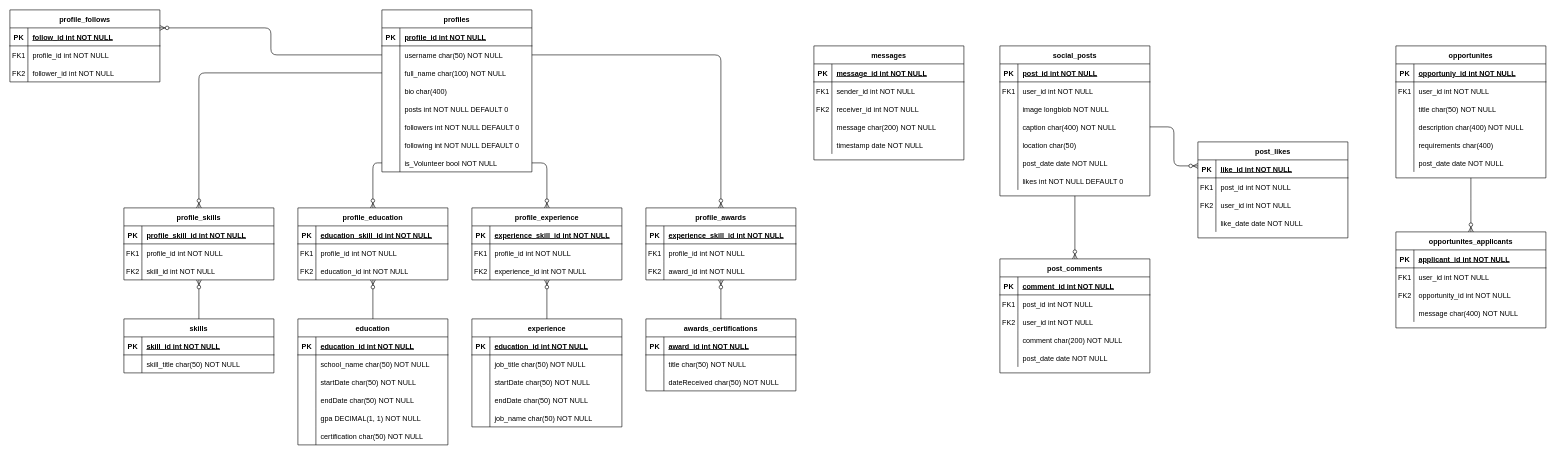
The draw.io diagram database/Karma DB.drawio in KonoNeko/Karma, before the edit. Source tidied: cells renumbered, new cells numbered last; positions are measured from the earlier drawing's top-left corner, leaving out a move shared by most shapes. Both pictures are drawn from the tidied source at 60%, with x=0, y=0 at pixel (10, 10).
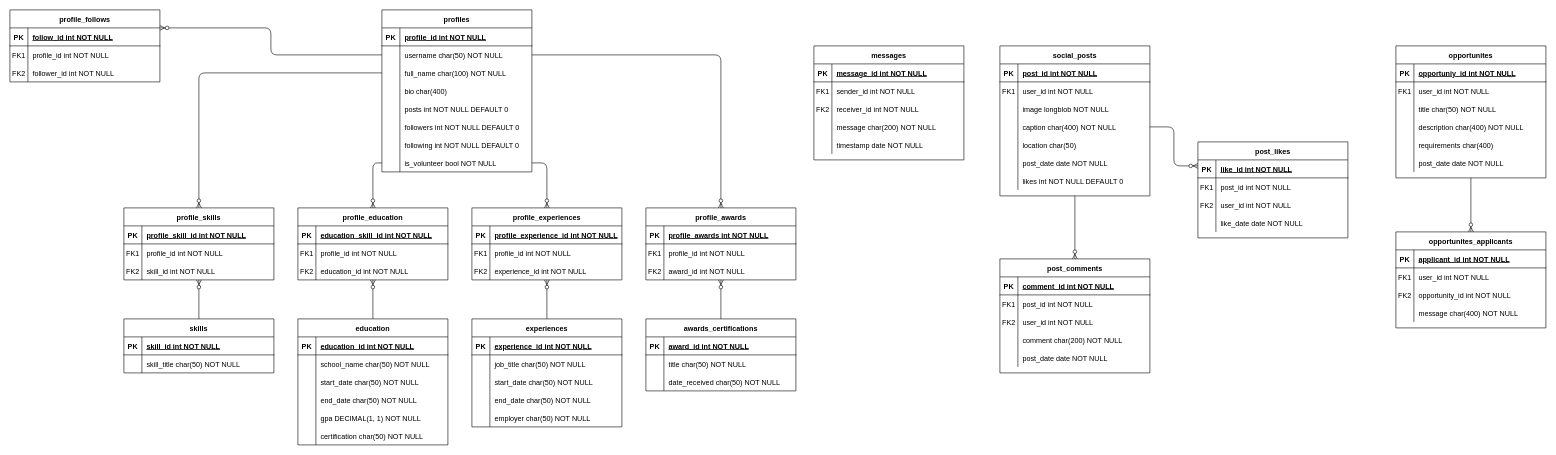
Above is the later version.

Commit message (it also covers changes not shown here):
added experiences and profile_experiences

Unchanged cells that the change refers to:
```xml
<mxCell id="65" style="shape=partialRectangle;fillColor=none;points=[[0,0.5],[1,0.5]];portConstraint=eastwest;top=0;left=0;right=0;bottom=0;" parent="43" vertex="1">
  <mxGeometry y="240" width="250" height="30" as="geometry" />
</mxCell>
<mxCell id="120" style="shape=partialRectangle;fillColor=none;top=0;left=0;right=0;bottom=0;" parent="113" vertex="1">
  <mxGeometry y="90" width="250" height="30" as="geometry" />
</mxCell>
<mxCell id="123" style="shape=partialRectangle;fillColor=none;top=0;left=0;right=0;bottom=0;" parent="113" vertex="1">
  <mxGeometry y="120" width="250" height="30" as="geometry" />
</mxCell>
<mxCell id="135" style="shape=partialRectangle;fillColor=none;top=0;left=0;right=0;bottom=1;" parent="134" vertex="1">
  <mxGeometry y="30" width="250" height="30" as="geometry" />
</mxCell>
<mxCell id="145" style="shape=partialRectangle;fillColor=none;top=0;left=0;right=0;bottom=1;" parent="144" vertex="1">
  <mxGeometry y="30" width="250" height="30" as="geometry" />
</mxCell>
<mxCell id="151" style="shape=partialRectangle;fillColor=none;top=0;left=0;right=0;bottom=0;" parent="144" vertex="1">
  <mxGeometry y="90" width="250" height="30" as="geometry" />
</mxCell>
<mxCell id="154" style="shape=partialRectangle;fillColor=none;top=0;left=0;right=0;bottom=0;" parent="144" vertex="1">
  <mxGeometry y="120" width="250" height="30" as="geometry" />
</mxCell>
<mxCell id="157" style="shape=partialRectangle;fillColor=none;top=0;left=0;right=0;bottom=0;" parent="144" vertex="1">
  <mxGeometry y="150" width="250" height="30" as="geometry" />
</mxCell>
<mxCell id="163" style="shape=partialRectangle;fillColor=none;top=0;left=0;right=0;bottom=1;" parent="162" vertex="1">
  <mxGeometry y="30" width="250" height="30" as="geometry" />
</mxCell>
<mxCell id="179" style="shape=partialRectangle;fillColor=none;top=0;left=0;right=0;bottom=0;" parent="172" vertex="1">
  <mxGeometry y="90" width="250" height="30" as="geometry" />
</mxCell>
```

Change to the diagram source:
```diff
@@
-    <mxCell id="67" value="is_Volunteer bool NOT NULL" style="shape=partialRectangle;overflow=hidden;fillColor=none;top=0;left=0;bottom=0;right=0;align=left;spacingLeft=6;" parent="65" vertex="1">
+    <mxCell id="67" value="is_volunteer bool NOT NULL" style="shape=partialRectangle;overflow=hidden;fillColor=none;top=0;left=0;bottom=0;right=0;align=left;spacingLeft=6;" parent="65" vertex="1">
       <mxGeometry x="30" width="220" height="30" as="geometry" />
     </mxCell>
@@
-    <mxCell id="122" value="startDate char(50) NOT NULL" style="shape=partialRectangle;overflow=hidden;fillColor=none;top=0;left=0;bottom=0;right=0;align=left;spacingLeft=6;" parent="120" vertex="1">
+    <mxCell id="122" value="start_date char(50) NOT NULL" style="shape=partialRectangle;overflow=hidden;fillColor=none;top=0;left=0;bottom=0;right=0;align=left;spacingLeft=6;" parent="120" vertex="1">
       <mxGeometry x="30" width="220" height="30" as="geometry" />
     </mxCell>
@@
-    <mxCell id="125" value="endDate char(50) NOT NULL" style="shape=partialRectangle;overflow=hidden;fillColor=none;top=0;left=0;bottom=0;right=0;align=left;spacingLeft=6;" parent="123" vertex="1">
+    <mxCell id="125" value="end_date char(50) NOT NULL" style="shape=partialRectangle;overflow=hidden;fillColor=none;top=0;left=0;bottom=0;right=0;align=left;spacingLeft=6;" parent="123" vertex="1">
       <mxGeometry x="30" width="220" height="30" as="geometry" />
     </mxCell>
@@
-    <mxCell id="134" value="profile_experience" style="shape=table;startSize=30;childLayout=tableLayout;rowLines=0;fontStyle=1;align=center;" parent="1" vertex="1">
+    <mxCell id="134" value="profile_experiences" style="shape=table;startSize=30;childLayout=tableLayout;rowLines=0;fontStyle=1;align=center;" parent="1" vertex="1">
       <mxGeometry x="770" y="330" width="250" height="120" as="geometry" />
     </mxCell>
@@
-    <mxCell id="137" value="experience_skill_id int NOT NULL " style="shape=partialRectangle;overflow=hidden;fillColor=none;top=0;left=0;bottom=0;right=0;align=left;spacingLeft=6;fontStyle=5;" parent="135" vertex="1">
+    <mxCell id="137" value="profile_experience_id int NOT NULL " style="shape=partialRectangle;overflow=hidden;fillColor=none;top=0;left=0;bottom=0;right=0;align=left;spacingLeft=6;fontStyle=5;" parent="135" vertex="1">
       <mxGeometry x="30" width="220" height="30" as="geometry" />
     </mxCell>
@@
-    <mxCell id="144" value="experience" style="shape=table;startSize=30;childLayout=tableLayout;rowLines=0;fontStyle=1;align=center;" parent="1" vertex="1">
+    <mxCell id="144" value="experiences" style="shape=table;startSize=30;childLayout=tableLayout;rowLines=0;fontStyle=1;align=center;" parent="1" vertex="1">
       <mxGeometry x="770" y="515" width="250" height="180" as="geometry" />
     </mxCell>
@@
-    <mxCell id="147" value="education_id int NOT NULL " style="shape=partialRectangle;overflow=hidden;fillColor=none;top=0;left=0;bottom=0;right=0;align=left;spacingLeft=6;fontStyle=5;" parent="145" vertex="1">
+    <mxCell id="147" value="experience_id int NOT NULL " style="shape=partialRectangle;overflow=hidden;fillColor=none;top=0;left=0;bottom=0;right=0;align=left;spacingLeft=6;fontStyle=5;" parent="145" vertex="1">
       <mxGeometry x="30" width="220" height="30" as="geometry" />
     </mxCell>
@@
-    <mxCell id="153" value="startDate char(50) NOT NULL" style="shape=partialRectangle;overflow=hidden;fillColor=none;top=0;left=0;bottom=0;right=0;align=left;spacingLeft=6;" parent="151" vertex="1">
+    <mxCell id="153" value="start_date char(50) NOT NULL" style="shape=partialRectangle;overflow=hidden;fillColor=none;top=0;left=0;bottom=0;right=0;align=left;spacingLeft=6;" parent="151" vertex="1">
       <mxGeometry x="30" width="220" height="30" as="geometry" />
     </mxCell>
@@
-    <mxCell id="156" value="endDate char(50) NOT NULL" style="shape=partialRectangle;overflow=hidden;fillColor=none;top=0;left=0;bottom=0;right=0;align=left;spacingLeft=6;" parent="154" vertex="1">
+    <mxCell id="156" value="end_date char(50) NOT NULL" style="shape=partialRectangle;overflow=hidden;fillColor=none;top=0;left=0;bottom=0;right=0;align=left;spacingLeft=6;" parent="154" vertex="1">
       <mxGeometry x="30" width="220" height="30" as="geometry" />
     </mxCell>
@@
-    <mxCell id="159" value="job_name char(50) NOT NULL" style="shape=partialRectangle;overflow=hidden;fillColor=none;top=0;left=0;bottom=0;right=0;align=left;spacingLeft=6;" parent="157" vertex="1">
+    <mxCell id="159" value="employer char(50) NOT NULL" style="shape=partialRectangle;overflow=hidden;fillColor=none;top=0;left=0;bottom=0;right=0;align=left;spacingLeft=6;" parent="157" vertex="1">
       <mxGeometry x="30" width="220" height="30" as="geometry" />
     </mxCell>
@@
-    <mxCell id="165" value="experience_skill_id int NOT NULL " style="shape=partialRectangle;overflow=hidden;fillColor=none;top=0;left=0;bottom=0;right=0;align=left;spacingLeft=6;fontStyle=5;" parent="163" vertex="1">
+    <mxCell id="165" value="profile_awards int NOT NULL " style="shape=partialRectangle;overflow=hidden;fillColor=none;top=0;left=0;bottom=0;right=0;align=left;spacingLeft=6;fontStyle=5;" parent="163" vertex="1">
       <mxGeometry x="30" width="220" height="30" as="geometry" />
     </mxCell>
@@
-    <mxCell id="181" value="dateReceived char(50) NOT NULL" style="shape=partialRectangle;overflow=hidden;fillColor=none;top=0;left=0;bottom=0;right=0;align=left;spacingLeft=6;" parent="179" vertex="1">
+    <mxCell id="181" value="date_received char(50) NOT NULL" style="shape=partialRectangle;overflow=hidden;fillColor=none;top=0;left=0;bottom=0;right=0;align=left;spacingLeft=6;" parent="179" vertex="1">
       <mxGeometry x="30" width="220" height="30" as="geometry" />
     </mxCell>
```
